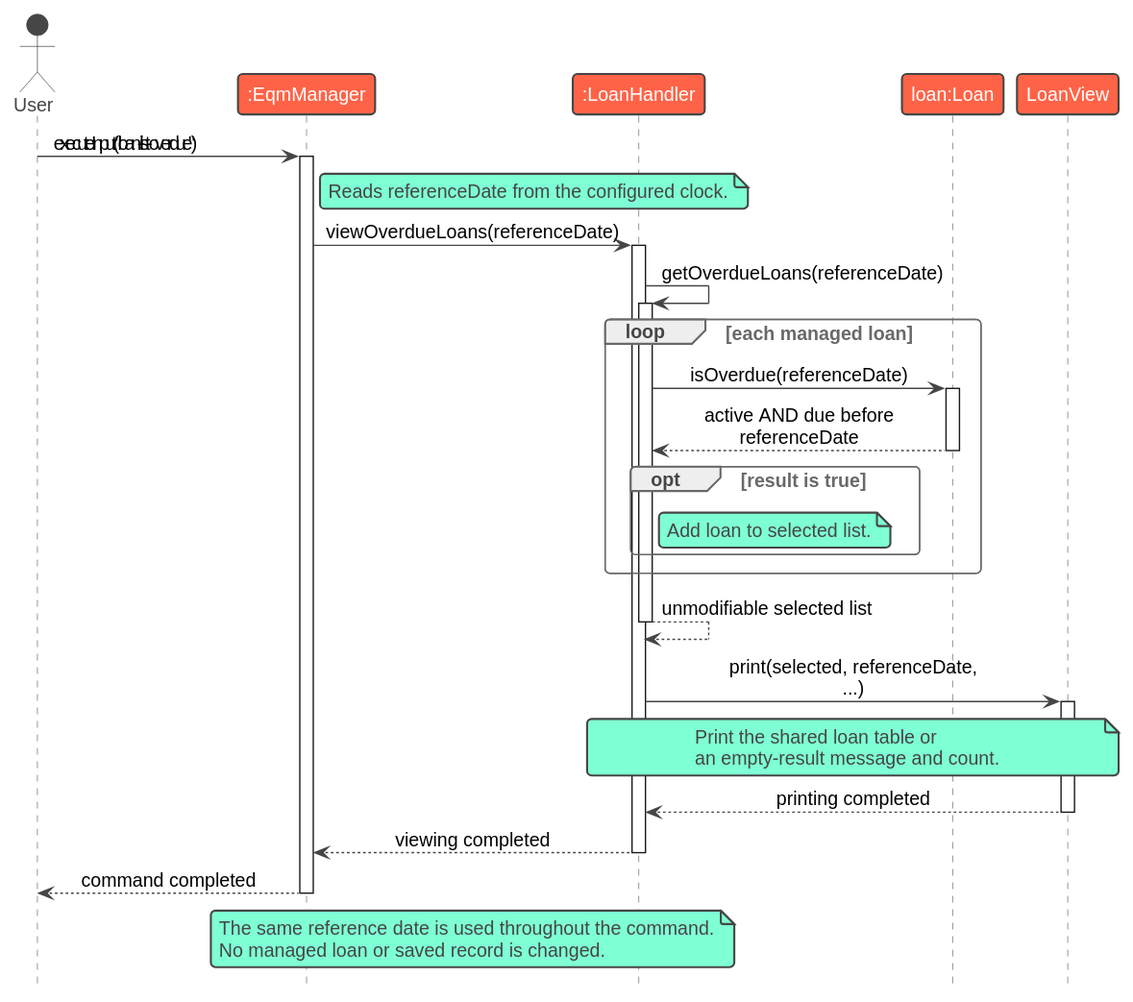
Earlier version of the PlantUML export docs/images/OverdueLoanSequence.svg (AY2627S1-CS2113-W13-1/tp).
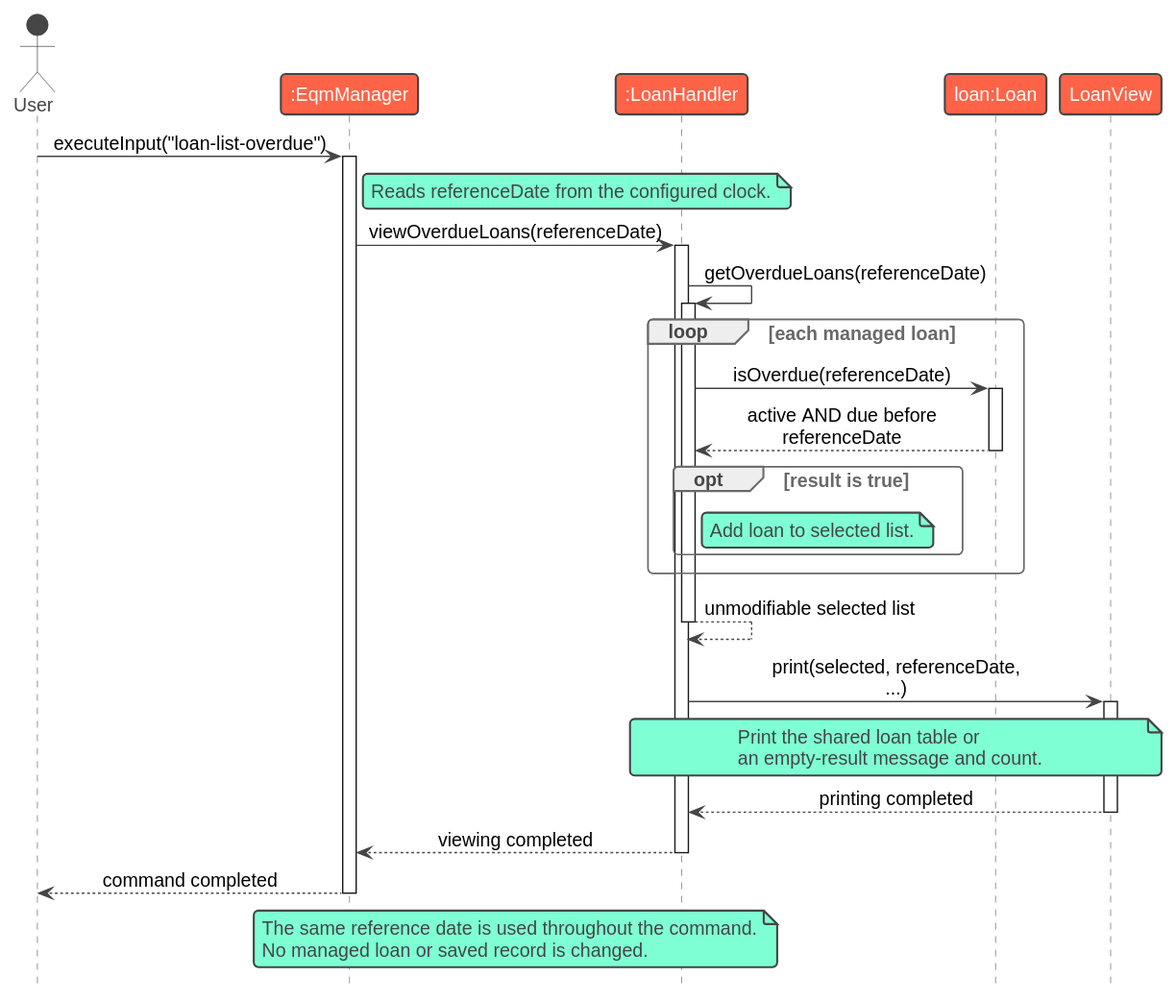
The same file after the commit.

Commit message:
Correct contribution attribution and UML rendering

Change to the diagram source:
```diff
@@ -10,7 +10,7 @@
 participant "loan:Loan" as Loan
 participant "LoanView" as View
 
-User -> Manager: executeInput("list overdue")
+User -> Manager: executeInput("loan-list-overdue")
 activate Manager
 note right of Manager: Reads referenceDate from the configured clock.
 Manager -> Handler: viewOverdueLoans(referenceDate)
```
